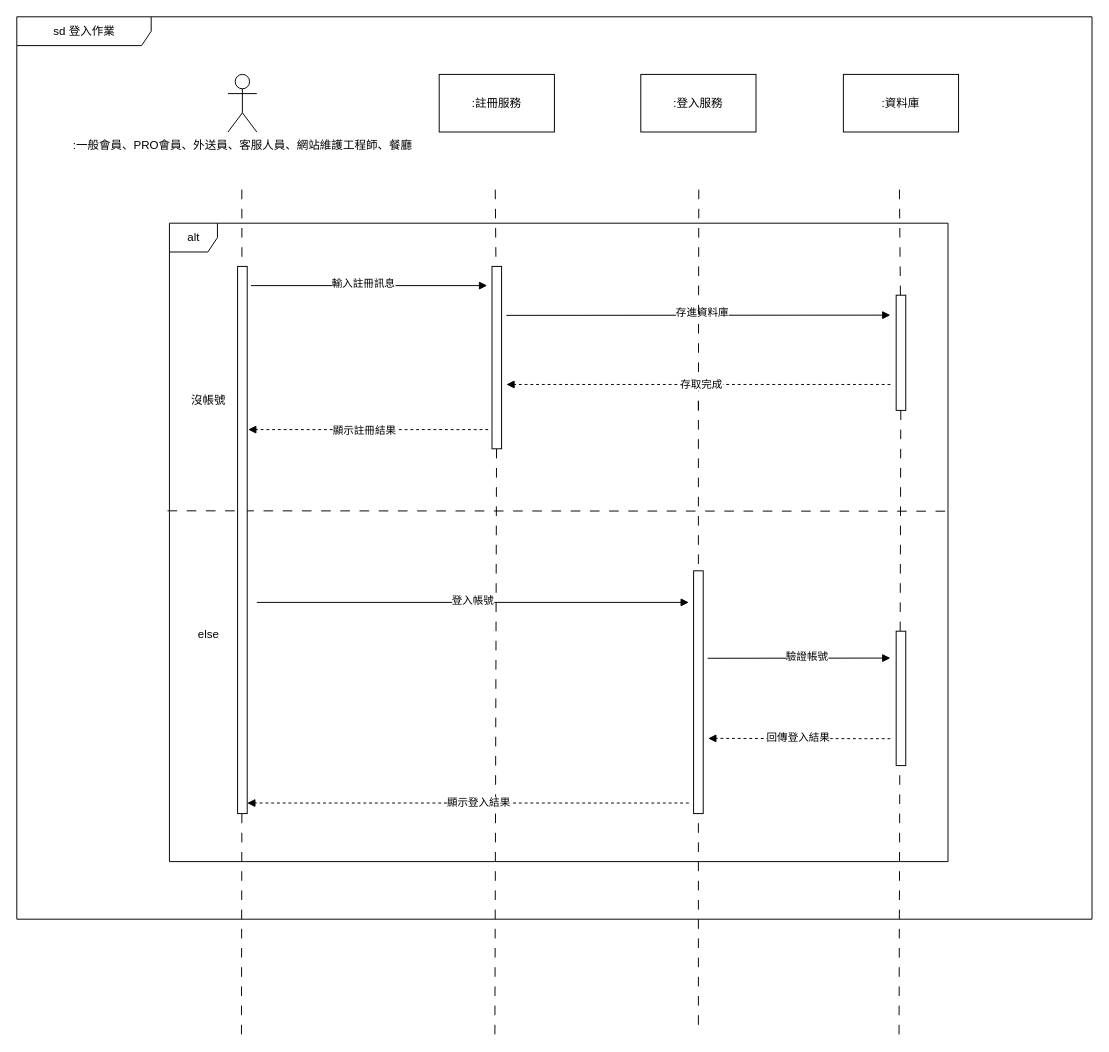
today16/last keeps this draw.io diagram as page "登入作業" (1 of 12) of Sequence_diagram.drawio. Above is the earlier version. Source tidied: cells renumbered, new cells numbered last; positions are measured from the earlier drawing's top-left corner, leaving out a move shared by most shapes. Both pictures are drawn from the tidied source at 96%, with x=0, y=0 at pixel (16, 16).
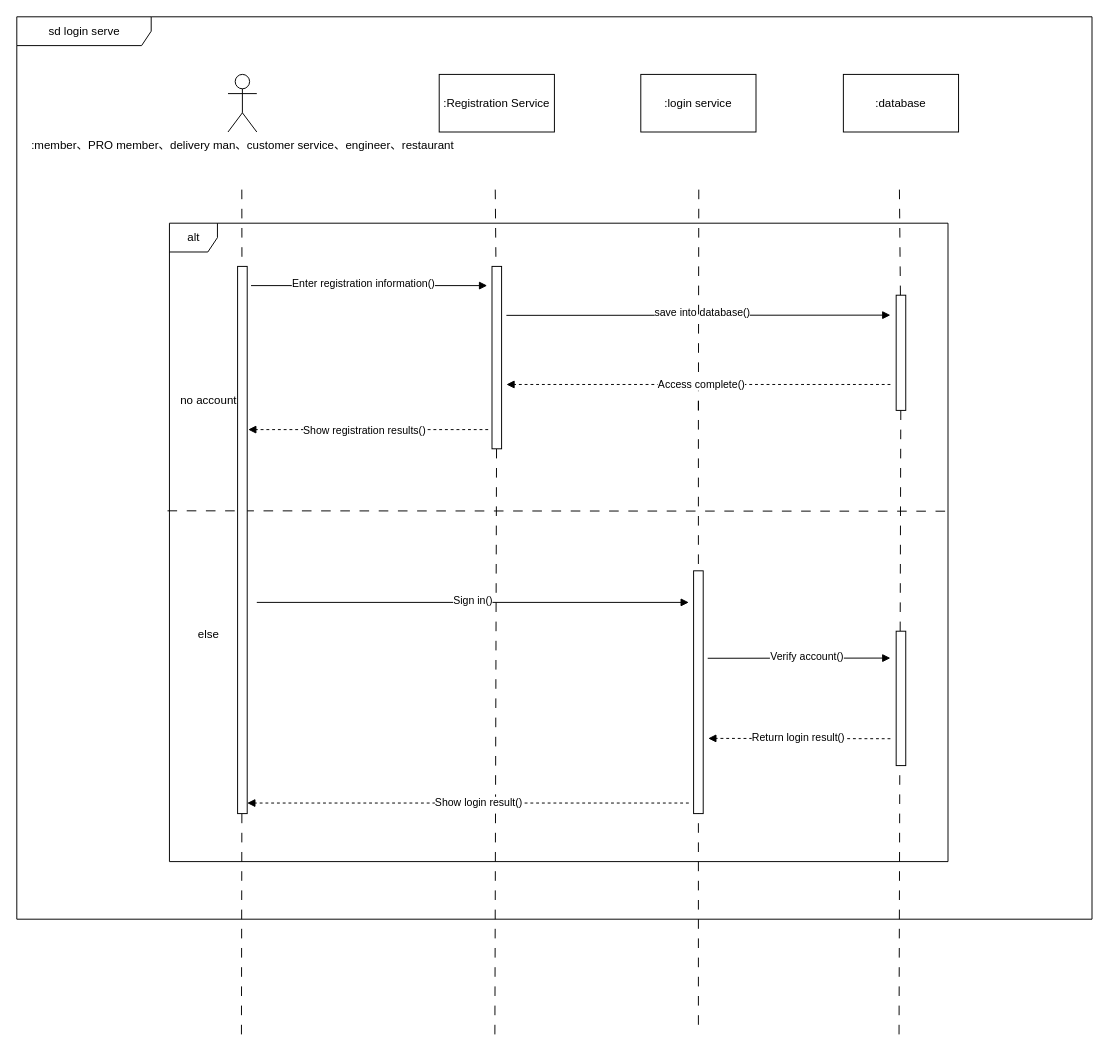
After the change.

The change refers to these unchanged cells:
```xml
<mxCell id="11" style="html=1;verticalAlign=bottom;labelBackgroundColor=none;endArrow=block;endFill=1;dashed=1;" parent="1" edge="1">
  <mxGeometry relative="1" as="geometry">
    <mxPoint x="491" y="430" as="sourcePoint" />
    <mxPoint x="241" y="430" as="targetPoint" />
  </mxGeometry>
</mxCell>
<mxCell id="19" style="html=1;verticalAlign=bottom;labelBackgroundColor=none;endArrow=block;endFill=1;" parent="1" edge="1">
  <mxGeometry relative="1" as="geometry">
    <mxPoint x="244" y="280" as="sourcePoint" />
    <mxPoint x="490" y="280" as="targetPoint" />
  </mxGeometry>
</mxCell>
<mxCell id="21" style="html=1;verticalAlign=bottom;labelBackgroundColor=none;endArrow=block;endFill=1;exitX=1.471;exitY=0.631;exitDx=0;exitDy=0;exitPerimeter=0;" parent="1" edge="1">
  <mxGeometry relative="1" as="geometry">
    <mxPoint x="719.7" y="668.2" as="sourcePoint" />
    <mxPoint x="910" y="668" as="targetPoint" />
  </mxGeometry>
</mxCell>
<mxCell id="23" style="html=1;verticalAlign=bottom;labelBackgroundColor=none;endArrow=block;endFill=1;dashed=1;" parent="1" edge="1">
  <mxGeometry relative="1" as="geometry">
    <mxPoint x="700" y="819" as="sourcePoint" />
    <mxPoint x="240" y="819" as="targetPoint" />
  </mxGeometry>
</mxCell>
<mxCell id="27" style="html=1;verticalAlign=bottom;labelBackgroundColor=none;endArrow=block;endFill=1;entryX=0.926;entryY=0.144;entryDx=0;entryDy=0;entryPerimeter=0;" parent="1" edge="1" target="3">
  <mxGeometry relative="1" as="geometry">
    <mxPoint x="510" y="311" as="sourcePoint" />
  </mxGeometry>
</mxCell>
<mxCell id="30" style="html=1;verticalAlign=bottom;labelBackgroundColor=none;endArrow=block;endFill=1;dashed=1;" parent="1" edge="1">
  <mxGeometry relative="1" as="geometry">
    <mxPoint x="910" y="383" as="sourcePoint" />
    <mxPoint x="510" y="383" as="targetPoint" />
  </mxGeometry>
</mxCell>
<mxCell id="35" style="html=1;verticalAlign=bottom;labelBackgroundColor=none;endArrow=block;endFill=1;" parent="1" edge="1">
  <mxGeometry relative="1" as="geometry">
    <mxPoint x="250" y="610" as="sourcePoint" />
    <mxPoint x="700" y="610" as="targetPoint" />
  </mxGeometry>
</mxCell>
<mxCell id="38" style="html=1;verticalAlign=bottom;labelBackgroundColor=none;endArrow=block;endFill=1;dashed=1;entryX=0.692;entryY=0.807;entryDx=0;entryDy=0;entryPerimeter=0;" parent="1" edge="1" target="3">
  <mxGeometry relative="1" as="geometry">
    <mxPoint x="910" y="752" as="sourcePoint" />
  </mxGeometry>
</mxCell>
```

What changed in the source:
```diff
@@
-    <mxCell id="2" value="sd 登入作業" style="shape=umlFrame;tabWidth=110;tabHeight=30;tabPosition=left;html=1;boundedLbl=1;labelInHeader=1;width=140;height=30;" parent="1" vertex="1">
+    <mxCell id="2" value="sd&amp;nbsp;login serve" style="shape=umlFrame;tabWidth=110;tabHeight=30;tabPosition=left;html=1;boundedLbl=1;labelInHeader=1;width=140;height=30;" parent="1" vertex="1">
       <mxGeometry width="1120" height="940" as="geometry" />
     </mxCell>
@@
-    <mxCell id="4" value=":一般會員、PRO會員、外送員、客服人員、網站維護工程師、餐廳" style="shape=umlActor;verticalLabelPosition=bottom;verticalAlign=top;html=1;" parent="1" vertex="1">
+    <mxCell id="4" value=":member、PRO member、delivery man、customer service、engineer、restaurant" style="shape=umlActor;verticalLabelPosition=bottom;verticalAlign=top;html=1;" parent="1" vertex="1">
       <mxGeometry x="220" y="60" width="30" height="60" as="geometry" />
     </mxCell>
-    <mxCell id="5" value=":資料庫" style="rounded=0;whiteSpace=wrap;html=1;" parent="1" vertex="1">
+    <mxCell id="5" value=":database" style="rounded=0;whiteSpace=wrap;html=1;" parent="1" vertex="1">
       <mxGeometry x="861" y="60" width="120" height="60" as="geometry" />
     </mxCell>
@@
-    <mxCell id="10" value=":註冊服務" style="rounded=0;whiteSpace=wrap;html=1;" parent="1" vertex="1">
+    <mxCell id="10" value=":Registration Service" style="rounded=0;whiteSpace=wrap;html=1;" parent="1" vertex="1">
       <mxGeometry x="440" y="60" width="120" height="60" as="geometry" />
     </mxCell>
@@
-    <mxCell id="12" value="顯示註冊結果" style="edgeLabel;html=1;align=center;verticalAlign=middle;" parent="11" vertex="1">
+    <mxCell id="12" value="Show registration results()" style="edgeLabel;html=1;align=center;verticalAlign=middle;" parent="11" vertex="1">
       <mxGeometry x="-0.09" y="-1" relative="1" as="geometry">
         <mxPoint x="-16" y="1" as="offset" />
       </mxGeometry>
     </mxCell>
@@
-    <mxCell id="17" value="沒帳號" style="text;align=center;" parent="1" vertex="1">
+    <mxCell id="17" value="no account" style="text;align=center;" parent="1" vertex="1">
       <mxGeometry x="159" y="291" width="100" height="20" as="geometry">
         <mxPoint x="-9" y="95" as="offset" />
       </mxGeometry>
     </mxCell>
@@
-    <mxCell id="20" value="輸入註冊訊息" style="edgeLabel;html=1;align=center;verticalAlign=middle;" parent="19" vertex="1">
+    <mxCell id="20" value="Enter registration information()" style="edgeLabel;html=1;align=center;verticalAlign=middle;" parent="19" vertex="1">
       <mxGeometry x="0.14" y="3" relative="1" as="geometry">
         <mxPoint x="-24" as="offset" />
       </mxGeometry>
     </mxCell>
@@
-    <mxCell id="22" value="驗證帳號" style="edgeLabel;html=1;align=center;verticalAlign=middle;" parent="21" vertex="1">
+    <mxCell id="22" value="Verify account()" style="edgeLabel;html=1;align=center;verticalAlign=middle;" parent="21" vertex="1">
       <mxGeometry x="0.14" y="3" relative="1" as="geometry">
         <mxPoint x="-5" as="offset" />
       </mxGeometry>
     </mxCell>
@@
-    <mxCell id="24" value="顯示登入結果" style="edgeLabel;html=1;align=center;verticalAlign=middle;" parent="23" vertex="1">
+    <mxCell id="24" value="Show login result()" style="edgeLabel;html=1;align=center;verticalAlign=middle;" parent="23" vertex="1">
       <mxGeometry x="-0.09" y="-1" relative="1" as="geometry">
         <mxPoint x="-11" as="offset" />
       </mxGeometry>
     </mxCell>
-    <mxCell id="25" value=":登入服務" style="rounded=0;whiteSpace=wrap;html=1;" parent="1" vertex="1">
+    <mxCell id="25" value=":login service" style="rounded=0;whiteSpace=wrap;html=1;" parent="1" vertex="1">
       <mxGeometry x="650" y="60" width="120" height="60" as="geometry" />
     </mxCell>
@@
-    <mxCell id="28" value="存進資料庫" style="edgeLabel;html=1;align=center;verticalAlign=middle;" parent="27" vertex="1">
+    <mxCell id="28" value="save into database()" style="edgeLabel;html=1;align=center;verticalAlign=middle;" parent="27" vertex="1">
       <mxGeometry x="0.14" y="3" relative="1" as="geometry">
         <mxPoint x="-24" as="offset" />
       </mxGeometry>
     </mxCell>
@@
-    <mxCell id="31" value="存取完成" style="edgeLabel;html=1;align=center;verticalAlign=middle;" parent="30" vertex="1">
+    <mxCell id="31" value="Access complete()" style="edgeLabel;html=1;align=center;verticalAlign=middle;" parent="30" vertex="1">
       <mxGeometry x="-0.09" y="-1" relative="1" as="geometry">
         <mxPoint x="-16" as="offset" />
       </mxGeometry>
     </mxCell>
@@
-    <mxCell id="36" value="登入帳號" style="edgeLabel;html=1;align=center;verticalAlign=middle;" parent="35" vertex="1">
+    <mxCell id="36" value="Sign in()" style="edgeLabel;html=1;align=center;verticalAlign=middle;" parent="35" vertex="1">
       <mxGeometry x="0.14" y="3" relative="1" as="geometry">
         <mxPoint x="-33" as="offset" />
       </mxGeometry>
     </mxCell>
@@
-    <mxCell id="39" value="回傳登入結果" style="edgeLabel;html=1;align=center;verticalAlign=middle;" parent="38" vertex="1">
+    <mxCell id="39" value="Return login result()" style="edgeLabel;html=1;align=center;verticalAlign=middle;" parent="38" vertex="1">
       <mxGeometry x="-0.09" y="-1" relative="1" as="geometry">
         <mxPoint x="-11" as="offset" />
       </mxGeometry>
     </mxCell>
```
